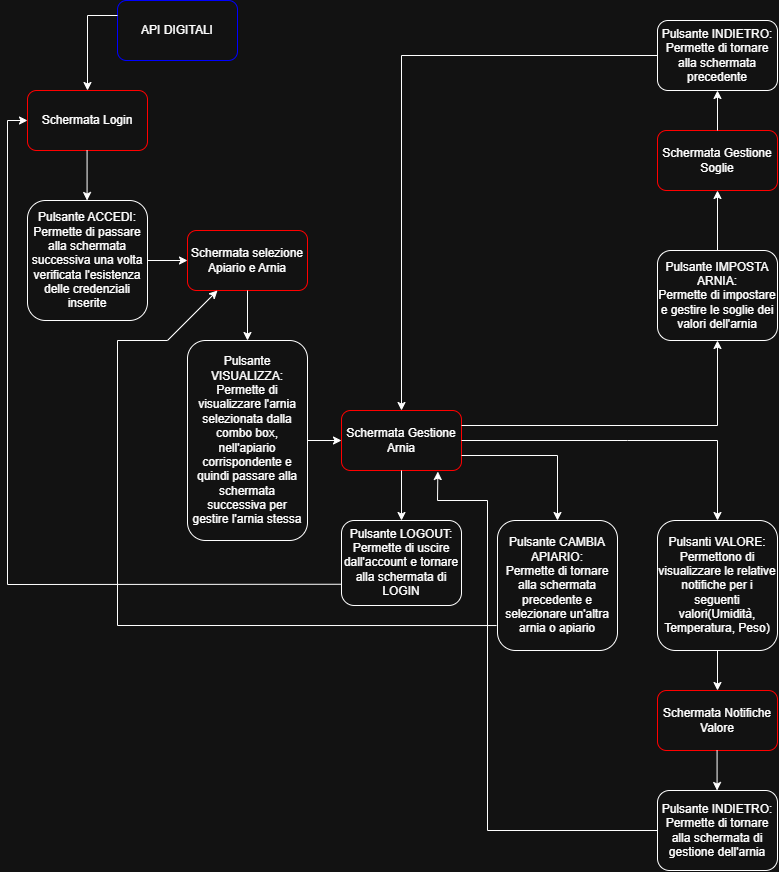
Earlier version of the draw.io export FunzionigrammaAPI.drawio.png (massifrancesco00/apicoltura-digitale-progettazione). Source tidied: cells renumbered, new cells last; positions are measured from the earlier drawing's top-left corner, leaving out a move shared by most shapes.
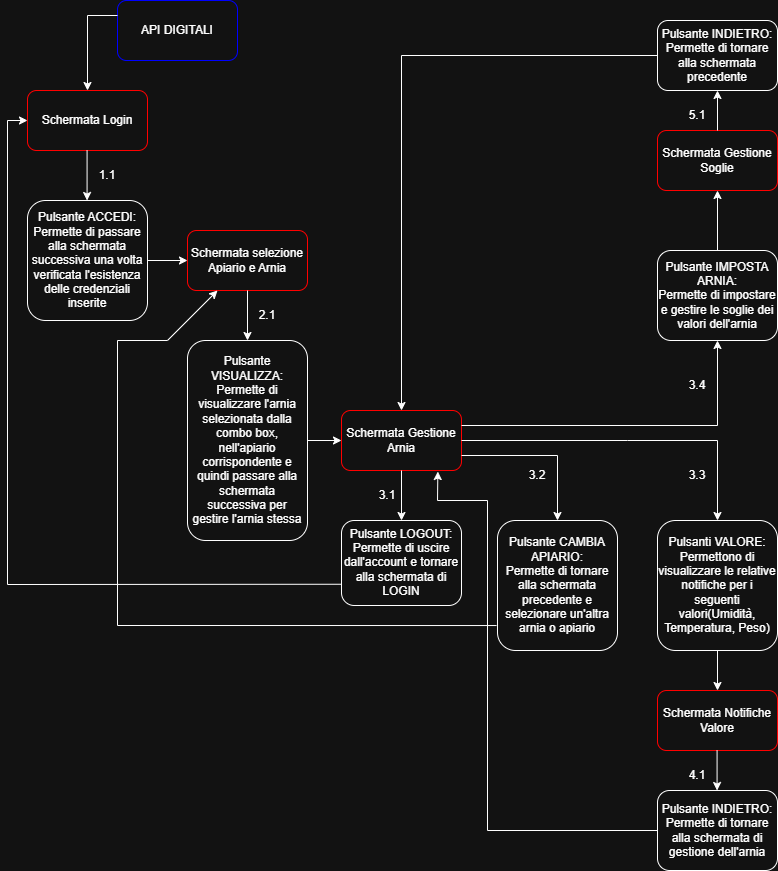
After the commit.

Commit message:
aggiunti identificativi

What changed in the source:
```diff
@@ -139,5 +139,29 @@
         </Array>
       </mxGeometry>
     </mxCell>
+    <mxCell id="33" value="1.1" style="text;html=1;whiteSpace=wrap;strokeColor=none;fillColor=none;align=center;verticalAlign=middle;rounded=0;" parent="1" vertex="1">
+      <mxGeometry x="70" y="160" width="60" height="30" as="geometry" />
+    </mxCell>
+    <mxCell id="34" value="2.1" style="text;html=1;whiteSpace=wrap;strokeColor=none;fillColor=none;align=center;verticalAlign=middle;rounded=0;" parent="1" vertex="1">
+      <mxGeometry x="230" y="300" width="60" height="30" as="geometry" />
+    </mxCell>
+    <mxCell id="35" value="3.1" style="text;html=1;whiteSpace=wrap;strokeColor=none;fillColor=none;align=center;verticalAlign=middle;rounded=0;" parent="1" vertex="1">
+      <mxGeometry x="350" y="480" width="60" height="30" as="geometry" />
+    </mxCell>
+    <mxCell id="36" value="3.2" style="text;html=1;whiteSpace=wrap;strokeColor=none;fillColor=none;align=center;verticalAlign=middle;rounded=0;" parent="1" vertex="1">
+      <mxGeometry x="500" y="460" width="60" height="30" as="geometry" />
+    </mxCell>
+    <mxCell id="37" value="3.3" style="text;html=1;whiteSpace=wrap;strokeColor=none;fillColor=none;align=center;verticalAlign=middle;rounded=0;" parent="1" vertex="1">
+      <mxGeometry x="660" y="460" width="60" height="30" as="geometry" />
+    </mxCell>
+    <mxCell id="38" value="3.4" style="text;html=1;whiteSpace=wrap;strokeColor=none;fillColor=none;align=center;verticalAlign=middle;rounded=0;" parent="1" vertex="1">
+      <mxGeometry x="660" y="370" width="60" height="30" as="geometry" />
+    </mxCell>
+    <mxCell id="39" value="4.1" style="text;html=1;whiteSpace=wrap;strokeColor=none;fillColor=none;align=center;verticalAlign=middle;rounded=0;" parent="1" vertex="1">
+      <mxGeometry x="660" y="760" width="60" height="30" as="geometry" />
+    </mxCell>
+    <mxCell id="40" value="5.1" style="text;html=1;whiteSpace=wrap;strokeColor=none;fillColor=none;align=center;verticalAlign=middle;rounded=0;" parent="1" vertex="1">
+      <mxGeometry x="660" y="100" width="60" height="30" as="geometry" />
+    </mxCell>
   </root>
 </mxGraphModel>
```
